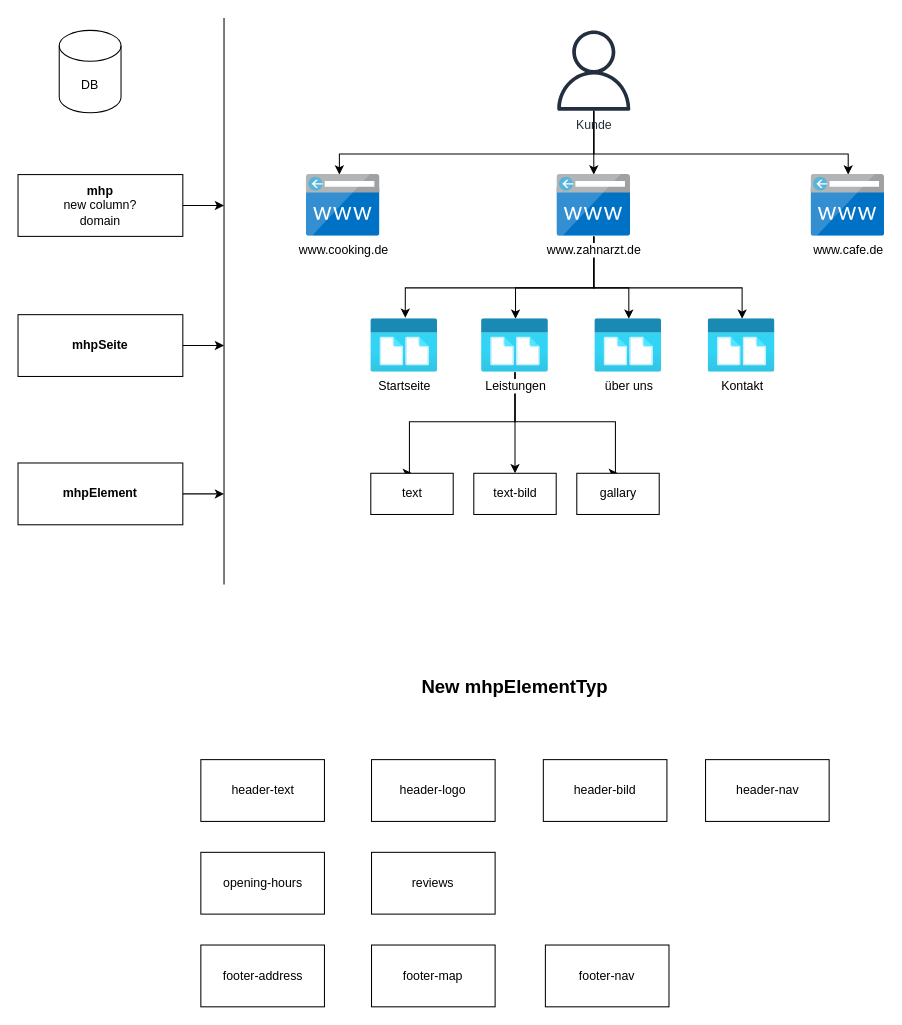
Above: mhpPlus.drawio in MiaoziYu/flow_chart (draw.io), before the change. Source tidied: cells renumbered, new cells numbered last; positions are measured from the earlier drawing's top-left corner, leaving out a move shared by most shapes. Both pictures are drawn from the tidied source at 103%, with x=0, y=0 at pixel (18, 18).
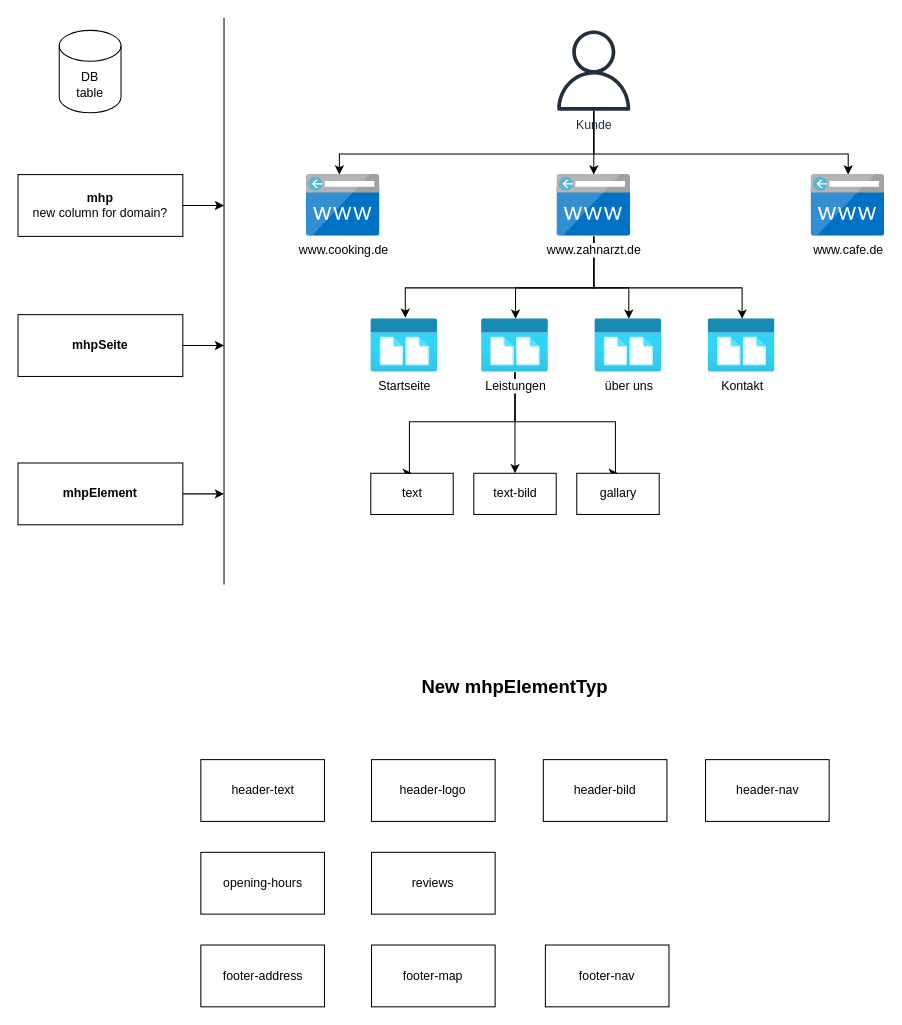
After the change.

What changed in the source:
```diff
@@
-    <mxCell id="14" value="&lt;b&gt;mhp&lt;/b&gt;&lt;br&gt;new column?&lt;br&gt;domain" style="rounded=0;whiteSpace=wrap;html=1;" parent="1" vertex="1">
+    <mxCell id="14" value="&lt;b&gt;mhp&lt;/b&gt;&lt;br&gt;new column for domain?" style="rounded=0;whiteSpace=wrap;html=1;" parent="1" vertex="1">
       <mxGeometry y="152" width="160" height="60" as="geometry" />
     </mxCell>
@@
-    <mxCell id="30" value="DB" style="shape=cylinder3;whiteSpace=wrap;html=1;boundedLbl=1;backgroundOutline=1;size=15;" parent="1" vertex="1">
+    <mxCell id="30" value="DB&lt;br&gt;table" style="shape=cylinder3;whiteSpace=wrap;html=1;boundedLbl=1;backgroundOutline=1;size=15;" parent="1" vertex="1">
       <mxGeometry x="40" y="12" width="60" height="80" as="geometry" />
     </mxCell>
```
